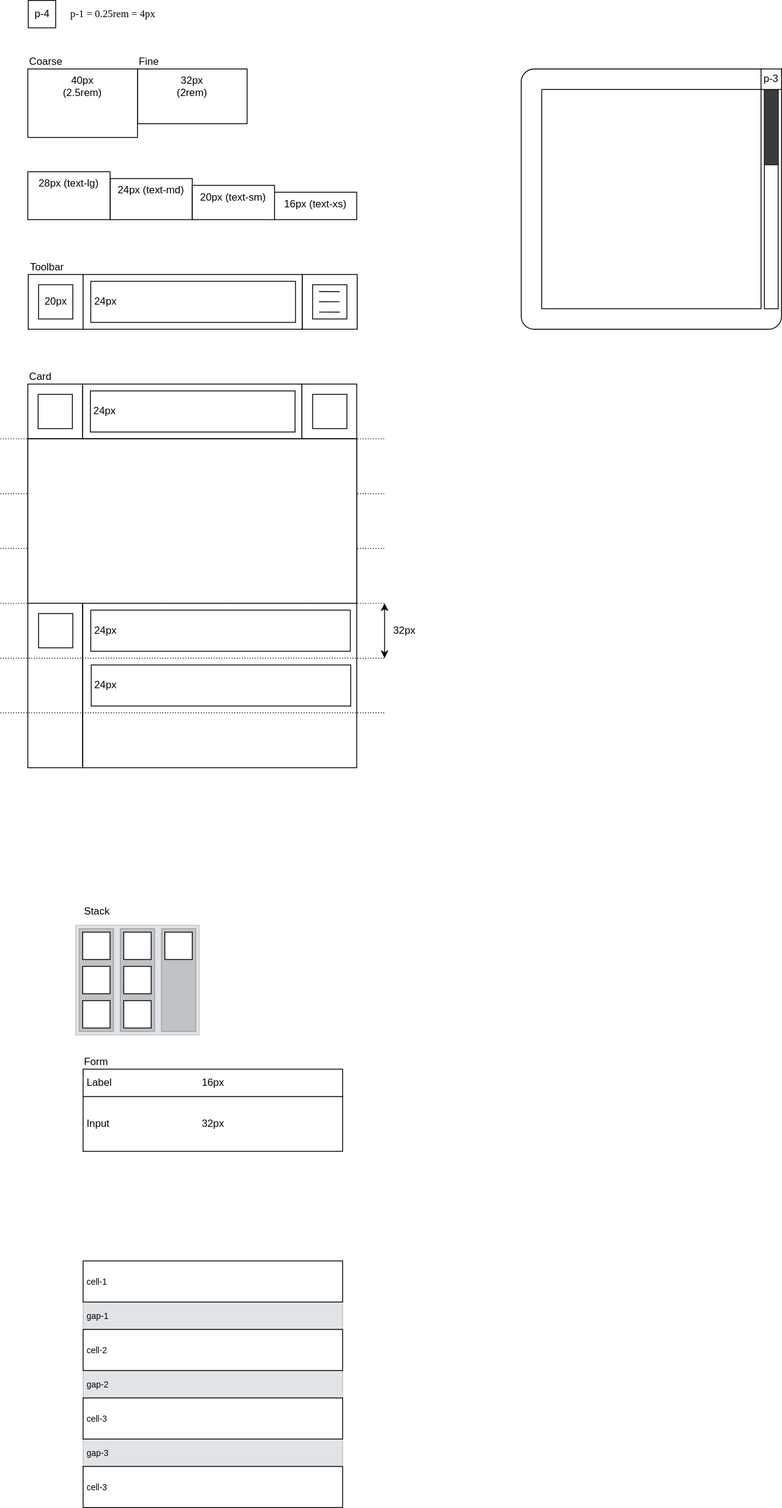
The draw.io diagram packages/ui/ui-theme/src/docs/theme.drawio.svg in dxos/dxos, before a commit. Source tidied: cells renumbered, new cells last; positions are measured from the earlier drawing's top-left corner, leaving out a move shared by most shapes. The source it was exported from:
```xml
<mxGraphModel>
  <root>
    <mxCell id="0" />
    <mxCell id="1" parent="0" />
    <mxCell id="2" style="rounded=0;whiteSpace=wrap;html=1;fillColor=#E1E4E6;fontColor=#000000;strokeColor=#C0C3C5;" parent="1" vertex="1">
      <mxGeometry x="88" y="1080" width="144" height="128" as="geometry" />
    </mxCell>
    <mxCell id="3" style="rounded=0;whiteSpace=wrap;html=1;fillColor=#C0C3C5;fontColor=#000000;strokeColor=#9B9EA2;" parent="1" vertex="1">
      <mxGeometry x="188" y="1084" width="40" height="120" as="geometry" />
    </mxCell>
    <mxCell id="4" style="rounded=0;whiteSpace=wrap;html=1;fillColor=#C0C3C5;fontColor=#000000;strokeColor=#9B9EA2;" parent="1" vertex="1">
      <mxGeometry x="140" y="1084" width="40" height="120" as="geometry" />
    </mxCell>
    <mxCell id="5" style="rounded=0;whiteSpace=wrap;html=1;fillColor=#C0C3C5;fontColor=#000000;strokeColor=#9B9EA2;" parent="1" vertex="1">
      <mxGeometry x="92" y="1084" width="40" height="120" as="geometry" />
    </mxCell>
    <mxCell id="6" value="32px&lt;br&gt;(2rem)" style="rounded=0;whiteSpace=wrap;html=1;verticalAlign=top;" parent="1" vertex="1">
      <mxGeometry x="160" y="80" width="128" height="64" as="geometry" />
    </mxCell>
    <mxCell id="7" value="40px&lt;br&gt;(2.5rem)" style="rounded=0;whiteSpace=wrap;html=1;verticalAlign=top;" parent="1" vertex="1">
      <mxGeometry x="32" y="80" width="128" height="80" as="geometry" />
    </mxCell>
    <mxCell id="8" style="rounded=0;whiteSpace=wrap;html=1;" parent="1" vertex="1">
      <mxGeometry x="32" y="448" width="64" height="64" as="geometry" />
    </mxCell>
    <mxCell id="9" style="rounded=0;whiteSpace=wrap;html=1;" parent="1" vertex="1">
      <mxGeometry x="96" y="448" width="256" height="64" as="geometry" />
    </mxCell>
    <mxCell id="10" style="rounded=0;whiteSpace=wrap;html=1;" parent="1" vertex="1">
      <mxGeometry x="352" y="448" width="64" height="64" as="geometry" />
    </mxCell>
    <mxCell id="11" style="rounded=0;whiteSpace=wrap;html=1;" parent="1" vertex="1">
      <mxGeometry x="364.5" y="460" width="40" height="40" as="geometry" />
    </mxCell>
    <mxCell id="12" value="Coarse" style="rounded=0;whiteSpace=wrap;html=1;fillColor=none;strokeColor=none;align=left;" parent="1" vertex="1">
      <mxGeometry x="32" y="64" width="120" height="16" as="geometry" />
    </mxCell>
    <mxCell id="13" value="Card" style="rounded=0;whiteSpace=wrap;html=1;fillColor=none;strokeColor=none;align=left;" parent="1" vertex="1">
      <mxGeometry x="32" y="432" width="120" height="16" as="geometry" />
    </mxCell>
    <mxCell id="14" value="Fine" style="rounded=0;whiteSpace=wrap;html=1;fillColor=none;strokeColor=none;align=left;" parent="1" vertex="1">
      <mxGeometry x="160" y="64" width="120" height="16" as="geometry" />
    </mxCell>
    <mxCell id="15" style="rounded=0;whiteSpace=wrap;html=1;fillColor=none;" parent="1" vertex="1">
      <mxGeometry x="96" y="512" width="320" height="384" as="geometry" />
    </mxCell>
    <mxCell id="16" style="rounded=0;whiteSpace=wrap;html=1;" parent="1" vertex="1">
      <mxGeometry x="44.5" y="716" width="40" height="40" as="geometry" />
    </mxCell>
    <mxCell id="17" value="24px" style="rounded=0;whiteSpace=wrap;html=1;align=left;spacingLeft=2;" parent="1" vertex="1">
      <mxGeometry x="105.5" y="712" width="303" height="48" as="geometry" />
    </mxCell>
    <mxCell id="18" style="endArrow=none;dashed=1;html=1;strokeWidth=1;dashPattern=1 2;" parent="1" edge="1">
      <mxGeometry relative="1" as="geometry">
        <mxPoint x="448" y="576" as="sourcePoint" />
        <mxPoint y="576" as="targetPoint" />
      </mxGeometry>
    </mxCell>
    <mxCell id="19" value="24px" style="rounded=0;whiteSpace=wrap;html=1;align=left;spacingLeft=2;" parent="1" vertex="1">
      <mxGeometry x="105" y="456" width="239" height="48" as="geometry" />
    </mxCell>
    <mxCell id="20" style="rounded=0;whiteSpace=wrap;html=1;" parent="1" vertex="1">
      <mxGeometry x="44" y="460" width="40" height="40" as="geometry" />
    </mxCell>
    <mxCell id="21" style="rounded=0;whiteSpace=wrap;html=1;" parent="1" vertex="1">
      <mxGeometry x="32.5" y="320" width="64" height="64" as="geometry" />
    </mxCell>
    <mxCell id="22" style="rounded=0;whiteSpace=wrap;html=1;" parent="1" vertex="1">
      <mxGeometry x="96.5" y="320" width="256" height="64" as="geometry" />
    </mxCell>
    <mxCell id="23" style="rounded=0;whiteSpace=wrap;html=1;" parent="1" vertex="1">
      <mxGeometry x="352.5" y="320" width="64" height="64" as="geometry" />
    </mxCell>
    <mxCell id="24" style="rounded=0;whiteSpace=wrap;html=1;" parent="1" vertex="1">
      <mxGeometry x="364.5" y="332" width="40" height="40" as="geometry" />
    </mxCell>
    <mxCell id="25" value="Toolbar" style="rounded=0;whiteSpace=wrap;html=1;fillColor=none;strokeColor=none;align=left;" parent="1" vertex="1">
      <mxGeometry x="32.5" y="304" width="120" height="16" as="geometry" />
    </mxCell>
    <mxCell id="26" value="24px" style="rounded=0;whiteSpace=wrap;html=1;align=left;spacingLeft=2;" parent="1" vertex="1">
      <mxGeometry x="105.5" y="328" width="239" height="48" as="geometry" />
    </mxCell>
    <mxCell id="27" value="20px" style="rounded=0;whiteSpace=wrap;html=1;" parent="1" vertex="1">
      <mxGeometry x="44.5" y="332" width="40" height="40" as="geometry" />
    </mxCell>
    <mxCell id="28" style="endArrow=none;dashed=1;html=1;strokeWidth=1;dashPattern=1 2;" parent="1" edge="1">
      <mxGeometry relative="1" as="geometry">
        <mxPoint x="448" y="512" as="sourcePoint" />
        <mxPoint y="512" as="targetPoint" />
      </mxGeometry>
    </mxCell>
    <mxCell id="29" style="rounded=0;whiteSpace=wrap;html=1;fillColor=none;" parent="1" vertex="1">
      <mxGeometry x="32" y="512" width="64" height="384" as="geometry" />
    </mxCell>
    <mxCell id="30" style="endArrow=classic;startArrow=classic;html=1;strokeWidth=1;" parent="1" edge="1">
      <mxGeometry relative="1" as="geometry">
        <mxPoint x="448.5" y="768" as="sourcePoint" />
        <mxPoint x="448.5" y="704" as="targetPoint" />
      </mxGeometry>
    </mxCell>
    <mxCell id="31" value="32px" style="rounded=0;whiteSpace=wrap;html=1;fillColor=none;strokeColor=none;align=left;" parent="1" vertex="1">
      <mxGeometry x="456.5" y="728" width="56" height="16" as="geometry" />
    </mxCell>
    <mxCell id="32" value="24px" style="rounded=0;whiteSpace=wrap;html=1;align=left;spacingLeft=2;" parent="1" vertex="1">
      <mxGeometry x="106" y="776" width="303" height="48" as="geometry" />
    </mxCell>
    <mxCell id="33" style="endArrow=none;dashed=1;html=1;strokeWidth=1;dashPattern=1 2;" parent="1" edge="1">
      <mxGeometry relative="1" as="geometry">
        <mxPoint x="448" y="640" as="sourcePoint" />
        <mxPoint y="640" as="targetPoint" />
      </mxGeometry>
    </mxCell>
    <mxCell id="34" value="32px" style="rounded=0;whiteSpace=wrap;html=1;" parent="1" vertex="1">
      <mxGeometry x="96.5" y="1280" width="303" height="64" as="geometry" />
    </mxCell>
    <mxCell id="35" value="16px" style="rounded=0;whiteSpace=wrap;html=1;" parent="1" vertex="1">
      <mxGeometry x="96.5" y="1248" width="303" height="32" as="geometry" />
    </mxCell>
    <mxCell id="36" value="Form" style="rounded=0;whiteSpace=wrap;html=1;fillColor=none;strokeColor=none;align=left;" parent="1" vertex="1">
      <mxGeometry x="96" y="1232" width="120" height="16" as="geometry" />
    </mxCell>
    <mxCell id="37" value="Label" style="rounded=0;whiteSpace=wrap;html=1;fillColor=none;strokeColor=none;align=left;spacingLeft=2;" parent="1" vertex="1">
      <mxGeometry x="96.5" y="1256" width="120" height="16" as="geometry" />
    </mxCell>
    <mxCell id="38" value="Input" style="rounded=0;whiteSpace=wrap;html=1;fillColor=none;strokeColor=none;align=left;spacingLeft=2;" parent="1" vertex="1">
      <mxGeometry x="96.5" y="1304" width="120" height="16" as="geometry" />
    </mxCell>
    <mxCell id="39" style="rounded=1;whiteSpace=wrap;html=1;fillColor=none;arcSize=5;" parent="1" vertex="1">
      <mxGeometry x="608" y="80" width="304" height="304" as="geometry" />
    </mxCell>
    <mxCell id="40" style="rounded=0;whiteSpace=wrap;html=1;fillColor=none;" parent="1" vertex="1">
      <mxGeometry x="632" y="104" width="256" height="256" as="geometry" />
    </mxCell>
    <mxCell id="41" value="p-1 = 0.25rem = 4px" style="rounded=0;whiteSpace=wrap;html=1;fillColor=none;strokeColor=none;align=left;fontFamily=Space Grotesk;" parent="1" vertex="1">
      <mxGeometry x="80" y="8" width="128" height="16" as="geometry" />
    </mxCell>
    <mxCell id="42" value="p-4" style="rounded=0;whiteSpace=wrap;html=1;fontSize=12;" parent="1" vertex="1">
      <mxGeometry x="32.5" width="32" height="32" as="geometry" />
    </mxCell>
    <mxCell id="43" style="rounded=0;whiteSpace=wrap;html=1;" parent="1" vertex="1">
      <mxGeometry x="892" y="104" width="16" height="256" as="geometry" />
    </mxCell>
    <mxCell id="44" style="rounded=0;whiteSpace=wrap;html=1;fillColor=#393C3E;fontColor=#FFFFFF;strokeColor=#1E1F20;" parent="1" vertex="1">
      <mxGeometry x="892" y="104" width="16" height="88" as="geometry" />
    </mxCell>
    <mxCell id="45" value="24px (text-md)" style="rounded=0;whiteSpace=wrap;html=1;verticalAlign=top;" parent="1" vertex="1">
      <mxGeometry x="128" y="208" width="96" height="48" as="geometry" />
    </mxCell>
    <mxCell id="46" value="28px (text-lg)" style="rounded=0;whiteSpace=wrap;html=1;verticalAlign=top;" parent="1" vertex="1">
      <mxGeometry x="32" y="200" width="96" height="56" as="geometry" />
    </mxCell>
    <mxCell id="47" value="20px (text-sm)" style="rounded=0;whiteSpace=wrap;html=1;verticalAlign=top;" parent="1" vertex="1">
      <mxGeometry x="224" y="216" width="96" height="40" as="geometry" />
    </mxCell>
    <mxCell id="48" value="16px (text-xs)" style="rounded=0;whiteSpace=wrap;html=1;verticalAlign=top;" parent="1" vertex="1">
      <mxGeometry x="320" y="224" width="96" height="32" as="geometry" />
    </mxCell>
    <mxCell id="49" value="p-3" style="rounded=0;whiteSpace=wrap;html=1;" parent="1" vertex="1">
      <mxGeometry x="888" y="80" width="24" height="24" as="geometry" />
    </mxCell>
    <mxCell id="50" style="rounded=0;whiteSpace=wrap;html=1;" parent="1" vertex="1">
      <mxGeometry x="96" y="1088" width="32" height="32" as="geometry" />
    </mxCell>
    <mxCell id="51" style="rounded=0;whiteSpace=wrap;html=1;" parent="1" vertex="1">
      <mxGeometry x="96" y="1128" width="32" height="32" as="geometry" />
    </mxCell>
    <mxCell id="52" style="rounded=0;whiteSpace=wrap;html=1;" parent="1" vertex="1">
      <mxGeometry x="96" y="1168" width="32" height="32" as="geometry" />
    </mxCell>
    <mxCell id="53" style="rounded=0;whiteSpace=wrap;html=1;" parent="1" vertex="1">
      <mxGeometry x="144" y="1088" width="32" height="32" as="geometry" />
    </mxCell>
    <mxCell id="54" style="rounded=0;whiteSpace=wrap;html=1;" parent="1" vertex="1">
      <mxGeometry x="144" y="1128" width="32" height="32" as="geometry" />
    </mxCell>
    <mxCell id="55" style="rounded=0;whiteSpace=wrap;html=1;" parent="1" vertex="1">
      <mxGeometry x="144" y="1168" width="32" height="32" as="geometry" />
    </mxCell>
    <mxCell id="56" style="rounded=0;whiteSpace=wrap;html=1;" parent="1" vertex="1">
      <mxGeometry x="192" y="1088" width="32" height="32" as="geometry" />
    </mxCell>
    <mxCell id="57" value="Stack" style="rounded=0;whiteSpace=wrap;html=1;fillColor=none;strokeColor=none;align=left;" parent="1" vertex="1">
      <mxGeometry x="96" y="1056" width="120" height="16" as="geometry" />
    </mxCell>
    <mxCell id="58" style="endArrow=none;dashed=1;html=1;strokeWidth=1;dashPattern=1 2;" parent="1" edge="1">
      <mxGeometry relative="1" as="geometry">
        <mxPoint x="448" y="704" as="sourcePoint" />
        <mxPoint y="704" as="targetPoint" />
      </mxGeometry>
    </mxCell>
    <mxCell id="59" style="endArrow=none;dashed=1;html=1;strokeWidth=1;dashPattern=1 2;" parent="1" edge="1">
      <mxGeometry relative="1" as="geometry">
        <mxPoint x="448" y="768" as="sourcePoint" />
        <mxPoint y="768" as="targetPoint" />
      </mxGeometry>
    </mxCell>
    <mxCell id="60" style="endArrow=none;dashed=1;html=1;strokeWidth=1;dashPattern=1 2;" parent="1" edge="1">
      <mxGeometry relative="1" as="geometry">
        <mxPoint x="448" y="832" as="sourcePoint" />
        <mxPoint y="832" as="targetPoint" />
      </mxGeometry>
    </mxCell>
    <mxCell id="61" style="rounded=0;whiteSpace=wrap;html=1;" parent="1" vertex="1">
      <mxGeometry x="32" y="512" width="384" height="192" as="geometry" />
    </mxCell>
    <mxCell id="62" style="group;" parent="1" vertex="1">
      <mxGeometry x="372" y="339.9" width="24" height="24.1" as="geometry" />
    </mxCell>
    <mxCell id="63" style="endArrow=none;html=1;fontSize=12;" parent="62" edge="1">
      <mxGeometry relative="1" as="geometry">
        <mxPoint y="11.9" as="sourcePoint" />
        <mxPoint x="24" y="12" as="targetPoint" />
      </mxGeometry>
    </mxCell>
    <mxCell id="64" style="endArrow=none;html=1;fontSize=12;" parent="62" edge="1">
      <mxGeometry relative="1" as="geometry">
        <mxPoint as="sourcePoint" />
        <mxPoint x="24" y="0.1" as="targetPoint" />
      </mxGeometry>
    </mxCell>
    <mxCell id="65" style="endArrow=none;html=1;fontSize=12;" parent="62" edge="1">
      <mxGeometry relative="1" as="geometry">
        <mxPoint y="24" as="sourcePoint" />
        <mxPoint x="24" y="24.1" as="targetPoint" />
      </mxGeometry>
    </mxCell>
    <mxCell id="66" value="gap-3" style="rounded=0;whiteSpace=wrap;html=1;align=left;spacingLeft=2;fontSize=10;fillColor=#E1E4E6;fontColor=#000000;strokeColor=#C0C3C5;" parent="1" vertex="1">
      <mxGeometry x="96.5" y="1680" width="303" height="32" as="geometry" />
    </mxCell>
    <mxCell id="67" value="gap-2" style="rounded=0;whiteSpace=wrap;html=1;align=left;spacingLeft=2;fontSize=10;fillColor=#E1E4E6;fontColor=#000000;strokeColor=#C0C3C5;" parent="1" vertex="1">
      <mxGeometry x="96.5" y="1600" width="303" height="32" as="geometry" />
    </mxCell>
    <mxCell id="68" value="gap-1" style="rounded=0;whiteSpace=wrap;html=1;align=left;spacingLeft=2;fontSize=10;verticalAlign=middle;fillColor=#E1E4E6;fontColor=#000000;strokeColor=#C0C3C5;" parent="1" vertex="1">
      <mxGeometry x="96.5" y="1520" width="303" height="32" as="geometry" />
    </mxCell>
    <mxCell id="69" value="cell-1" style="rounded=0;whiteSpace=wrap;html=1;align=left;spacingLeft=2;fontSize=10;" parent="1" vertex="1">
      <mxGeometry x="96.5" y="1472" width="303" height="48" as="geometry" />
    </mxCell>
    <mxCell id="70" value="cell-2" style="rounded=0;whiteSpace=wrap;html=1;align=left;spacingLeft=2;fontSize=10;" parent="1" vertex="1">
      <mxGeometry x="96.5" y="1552" width="303" height="48" as="geometry" />
    </mxCell>
    <mxCell id="71" value="cell-3" style="rounded=0;whiteSpace=wrap;html=1;align=left;spacingLeft=2;fontSize=10;" parent="1" vertex="1">
      <mxGeometry x="96.5" y="1632" width="303" height="48" as="geometry" />
    </mxCell>
    <mxCell id="72" value="cell-3" style="rounded=0;whiteSpace=wrap;html=1;align=left;spacingLeft=2;fontSize=10;" parent="1" vertex="1">
      <mxGeometry x="96.5" y="1712" width="303" height="48" as="geometry" />
    </mxCell>
  </root>
</mxGraphModel>
```
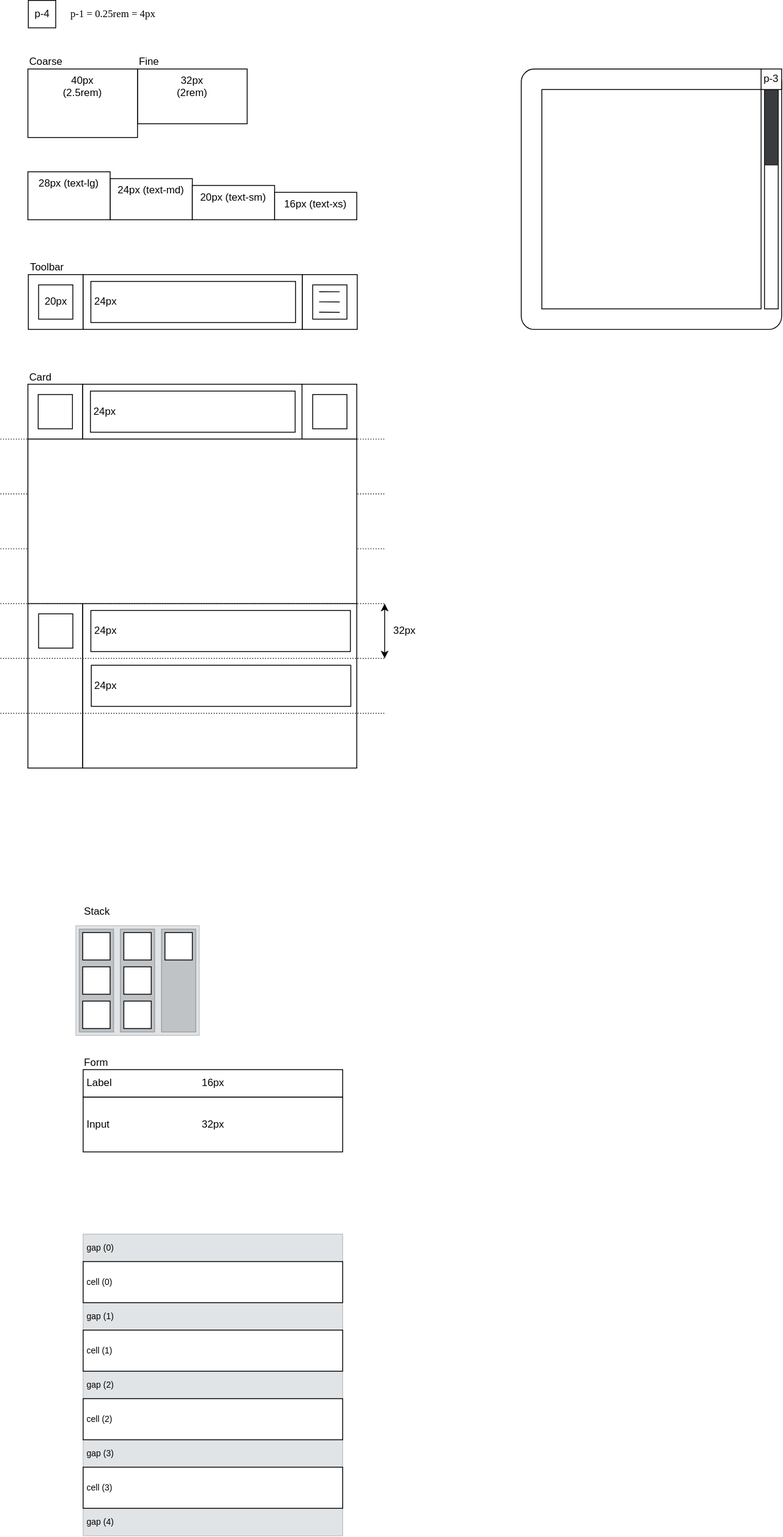
The same diagram one commit later.

Commit message:
docs: Add new react-ui-stack tasks, reorder an existing task, and update the theme diagram to include gap (0) and reformat gap labels.

The edit, as a diff of the source:
```diff
@@ -224,25 +224,31 @@
         <mxPoint x="24" y="24.1" as="targetPoint" />
       </mxGeometry>
     </mxCell>
-    <mxCell id="66" value="gap-3" style="rounded=0;whiteSpace=wrap;html=1;align=left;spacingLeft=2;fontSize=10;fillColor=#E1E4E6;fontColor=#000000;strokeColor=#C0C3C5;" parent="1" vertex="1">
+    <mxCell id="66" value="gap (3)" style="rounded=0;whiteSpace=wrap;html=1;align=left;spacingLeft=2;fontSize=10;fillColor=#E1E4E6;fontColor=#000000;strokeColor=#C0C3C5;" parent="1" vertex="1">
       <mxGeometry x="96.5" y="1680" width="303" height="32" as="geometry" />
     </mxCell>
-    <mxCell id="67" value="gap-2" style="rounded=0;whiteSpace=wrap;html=1;align=left;spacingLeft=2;fontSize=10;fillColor=#E1E4E6;fontColor=#000000;strokeColor=#C0C3C5;" parent="1" vertex="1">
+    <mxCell id="67" value="gap (2)" style="rounded=0;whiteSpace=wrap;html=1;align=left;spacingLeft=2;fontSize=10;fillColor=#E1E4E6;fontColor=#000000;strokeColor=#C0C3C5;" parent="1" vertex="1">
       <mxGeometry x="96.5" y="1600" width="303" height="32" as="geometry" />
     </mxCell>
-    <mxCell id="68" value="gap-1" style="rounded=0;whiteSpace=wrap;html=1;align=left;spacingLeft=2;fontSize=10;verticalAlign=middle;fillColor=#E1E4E6;fontColor=#000000;strokeColor=#C0C3C5;" parent="1" vertex="1">
+    <mxCell id="68" value="gap (1)" style="rounded=0;whiteSpace=wrap;html=1;align=left;spacingLeft=2;fontSize=10;verticalAlign=middle;fillColor=#E1E4E6;fontColor=#000000;strokeColor=#C0C3C5;" parent="1" vertex="1">
       <mxGeometry x="96.5" y="1520" width="303" height="32" as="geometry" />
     </mxCell>
+    <mxCell id="73" value="gap (0)" style="rounded=0;whiteSpace=wrap;html=1;align=left;spacingLeft=2;fontSize=10;verticalAlign=middle;fillColor=#E1E4E6;fontColor=#000000;strokeColor=#C0C3C5;" parent="1" vertex="1">
+      <mxGeometry x="96.5" y="1440" width="303" height="32" as="geometry" />
+    </mxCell>
+    <mxCell id="74" value="gap (4)" style="rounded=0;whiteSpace=wrap;html=1;align=left;spacingLeft=2;fontSize=10;verticalAlign=middle;fillColor=#E1E4E6;fontColor=#000000;strokeColor=#C0C3C5;" parent="1" vertex="1">
+      <mxGeometry x="96.5" y="1760" width="303" height="32" as="geometry" />
+    </mxCell>
-    <mxCell id="69" value="cell-1" style="rounded=0;whiteSpace=wrap;html=1;align=left;spacingLeft=2;fontSize=10;" parent="1" vertex="1">
+    <mxCell id="69" value="cell (0)" style="rounded=0;whiteSpace=wrap;html=1;align=left;spacingLeft=2;fontSize=10;" parent="1" vertex="1">
       <mxGeometry x="96.5" y="1472" width="303" height="48" as="geometry" />
     </mxCell>
-    <mxCell id="70" value="cell-2" style="rounded=0;whiteSpace=wrap;html=1;align=left;spacingLeft=2;fontSize=10;" parent="1" vertex="1">
+    <mxCell id="70" value="cell (1)" style="rounded=0;whiteSpace=wrap;html=1;align=left;spacingLeft=2;fontSize=10;" parent="1" vertex="1">
       <mxGeometry x="96.5" y="1552" width="303" height="48" as="geometry" />
     </mxCell>
-    <mxCell id="71" value="cell-3" style="rounded=0;whiteSpace=wrap;html=1;align=left;spacingLeft=2;fontSize=10;" parent="1" vertex="1">
+    <mxCell id="71" value="cell (2)" style="rounded=0;whiteSpace=wrap;html=1;align=left;spacingLeft=2;fontSize=10;" parent="1" vertex="1">
       <mxGeometry x="96.5" y="1632" width="303" height="48" as="geometry" />
     </mxCell>
-    <mxCell id="72" value="cell-3" style="rounded=0;whiteSpace=wrap;html=1;align=left;spacingLeft=2;fontSize=10;" parent="1" vertex="1">
+    <mxCell id="72" value="cell (3)" style="rounded=0;whiteSpace=wrap;html=1;align=left;spacingLeft=2;fontSize=10;" parent="1" vertex="1">
       <mxGeometry x="96.5" y="1712" width="303" height="48" as="geometry" />
     </mxCell>
   </root>
```
